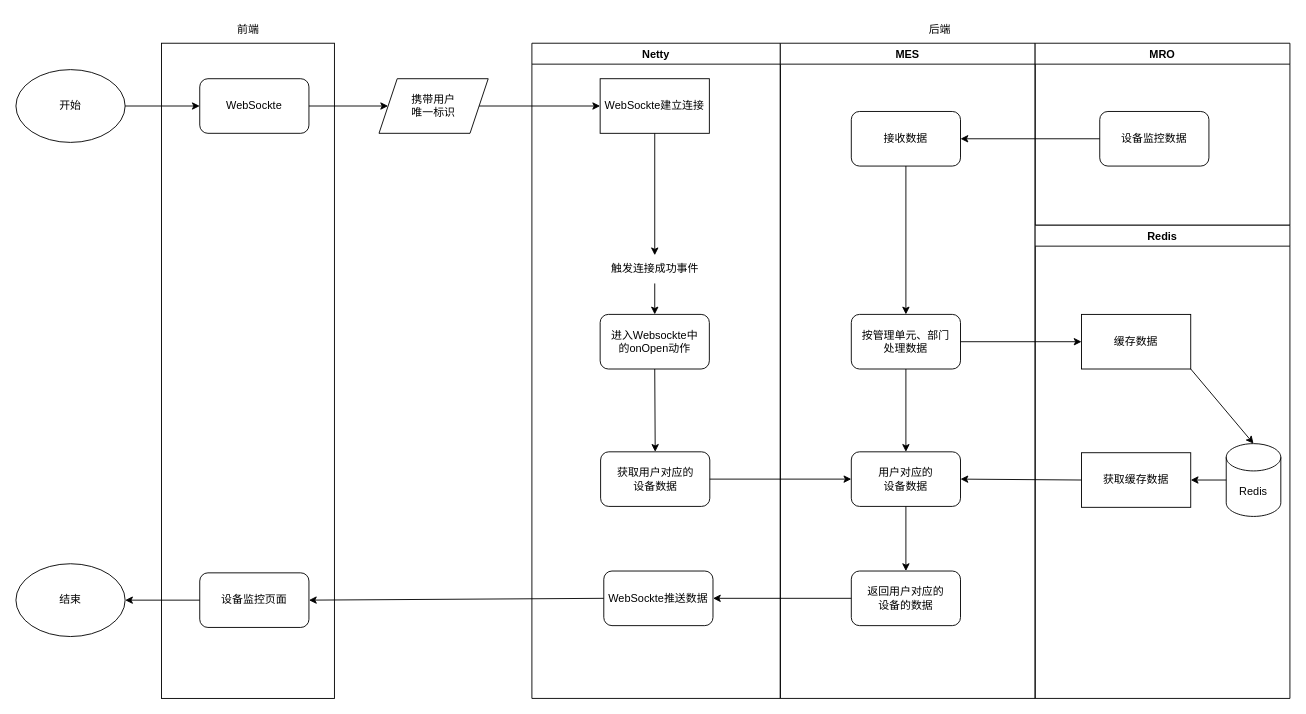
This is page "第 2 页" (2 of 2) of 设备监控流程.drawio from KNAI-I/test, a draw.io file, before an edit. Source tidied: cells renumbered, new cells numbered last; positions are measured from the earlier drawing's top-left corner, leaving out a move shared by most shapes. Both pictures are drawn from the tidied source at 91%, with x=0, y=0 at pixel (15, 15).
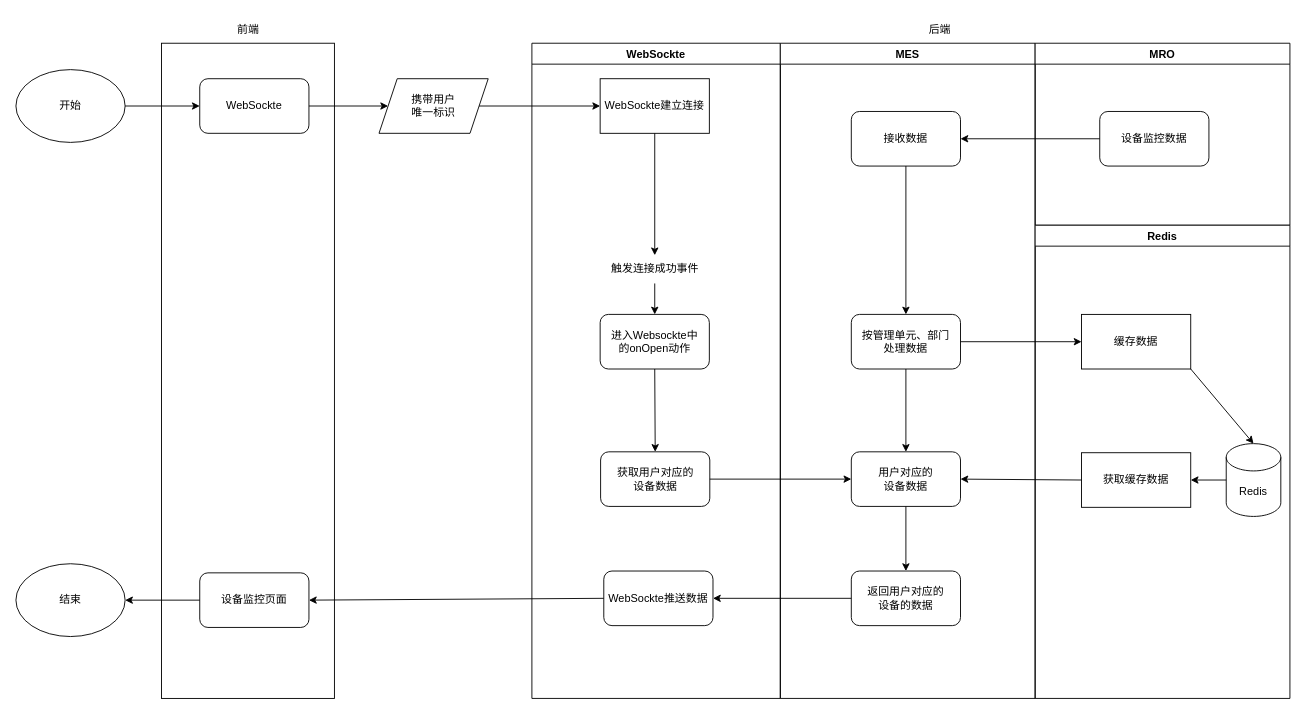
The same diagram, later.

Commit message (it also covers changes not shown here):
更新设备监控流程.drawio

What changed in the source:
```diff
@@
-    <mxCell id="18" value="Netty" style="swimlane;" parent="1" vertex="1">
+    <mxCell id="18" value="WebSockte" style="swimlane;" parent="1" vertex="1">
       <mxGeometry x="567" y="30" width="273" height="720" as="geometry" />
     </mxCell>
```
